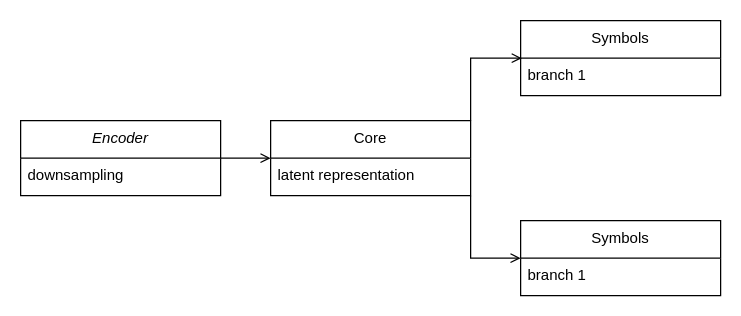
Before: Unbenanntes Diagramm.drawio in Oruc93/ECG-Pred, a draw.io diagram. Source tidied: cells renumbered, new cells numbered last; positions are measured from the earlier drawing's top-left corner, leaving out a move shared by most shapes. Both pictures are drawn from the tidied source at 125%, with x=0, y=0 at pixel (20, 20).
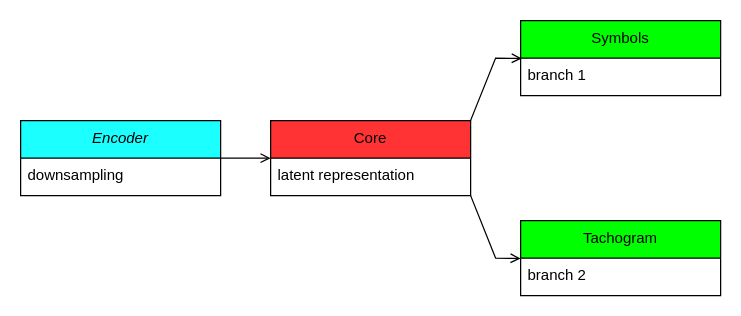
After the change.

What changed in the source:
```diff
@@
 <mxGraphModel>
   <root>
     <mxCell id="0" />
     <mxCell id="1" parent="0" />
-    <mxCell id="2" value="Encoder" style="swimlane;fontStyle=2;align=center;verticalAlign=top;horizontal=1;startSize=30;rounded=0;shadow=0;strokeWidth=1;" parent="1" vertex="1">
+    <mxCell id="2" value="Encoder" style="swimlane;fontStyle=2;align=center;verticalAlign=top;horizontal=1;startSize=30;rounded=0;shadow=0;strokeWidth=1;labelBackgroundColor=none;fillColor=#1CFFFF;" parent="1" vertex="1">
       <mxGeometry y="80" width="160" height="60" as="geometry" />
     </mxCell>
     <mxCell id="3" value="downsampling" style="text;align=left;verticalAlign=top;spacingLeft=4;spacingRight=4;overflow=hidden;" parent="2" vertex="1">
       <mxGeometry y="30" width="160" height="22" as="geometry" />
     </mxCell>
-    <mxCell id="4" value="Core" style="swimlane;fontStyle=0;align=center;verticalAlign=top;horizontal=1;startSize=30;rounded=0;shadow=0;strokeWidth=1;" parent="1" vertex="1">
+    <mxCell id="4" value="Core" style="swimlane;fontStyle=0;align=center;verticalAlign=top;horizontal=1;startSize=30;rounded=0;shadow=0;strokeWidth=1;fillColor=#FF3333;" parent="1" vertex="1">
       <mxGeometry x="200" y="80" width="160" height="60" as="geometry" />
     </mxCell>
     <mxCell id="5" value="latent representation" style="text;align=left;verticalAlign=top;spacingLeft=4;spacingRight=4;overflow=hidden;" parent="4" vertex="1">
       <mxGeometry y="30" width="160" height="26" as="geometry" />
     </mxCell>
     <mxCell id="6" style="endArrow=open;shadow=0;strokeWidth=1;rounded=0;endFill=1;edgeStyle=elbowEdgeStyle;elbow=vertical;" parent="1" edge="1">
       <mxGeometry x="0.5" y="41" relative="1" as="geometry">
         <mxPoint x="160" y="110" as="sourcePoint" />
         <mxPoint x="200" y="109.9" as="targetPoint" />
         <mxPoint x="-40" y="32" as="offset" />
       </mxGeometry>
     </mxCell>
-    <mxCell id="7" value="Symbols" style="swimlane;fontStyle=0;align=center;verticalAlign=top;horizontal=1;startSize=30;rounded=0;shadow=0;strokeWidth=1;" parent="1" vertex="1">
+    <mxCell id="7" value="Symbols" style="swimlane;fontStyle=0;align=center;verticalAlign=top;horizontal=1;startSize=30;rounded=0;shadow=0;strokeWidth=1;fillColor=#00FF00;" parent="1" vertex="1">
       <mxGeometry x="400" width="160" height="60" as="geometry" />
     </mxCell>
     <mxCell id="8" value="branch 1" style="text;align=left;verticalAlign=top;spacingLeft=4;spacingRight=4;overflow=hidden;points=[[0,0.5],[1,0.5]];portConstraint=eastwest;" parent="7" vertex="1">
       <mxGeometry y="30" width="160" height="26" as="geometry" />
     </mxCell>
-    <mxCell id="9" style="endArrow=open;shadow=0;strokeWidth=1;rounded=0;endFill=1;edgeStyle=elbowEdgeStyle;elbow=vertical;entryX=0.006;entryY=0.008;entryDx=0;entryDy=0;entryPerimeter=0;" parent="1" edge="1" target="8">
+    <mxCell id="9" style="endArrow=open;shadow=0;strokeWidth=1;rounded=0;endFill=1;elbow=vertical;entryX=0.006;entryY=0.008;entryDx=0;entryDy=0;entryPerimeter=0;" parent="1" edge="1" target="8">
       <mxGeometry x="0.5" y="41" relative="1" as="geometry">
         <mxPoint x="360" y="79.8" as="sourcePoint" />
         <Array as="points">
           <mxPoint x="380" y="30" />
         </Array>
         <mxPoint x="-40" y="32" as="offset" />
       </mxGeometry>
     </mxCell>
-    <mxCell id="10" value="Symbols" style="swimlane;fontStyle=0;align=center;verticalAlign=top;horizontal=1;startSize=30;rounded=0;shadow=0;strokeWidth=1;" parent="1" vertex="1">
+    <mxCell id="10" value="Tachogram" style="swimlane;fontStyle=0;align=center;verticalAlign=top;horizontal=1;startSize=30;rounded=0;shadow=0;strokeWidth=1;fillColor=#00FF00;" parent="1" vertex="1">
       <mxGeometry x="400" y="160" width="160" height="60" as="geometry" />
     </mxCell>
-    <mxCell id="11" value="branch 1" style="text;align=left;verticalAlign=top;spacingLeft=4;spacingRight=4;overflow=hidden;points=[[0,0.5],[1,0.5]];portConstraint=eastwest;" parent="10" vertex="1">
+    <mxCell id="11" value="branch 2" style="text;align=left;verticalAlign=top;spacingLeft=4;spacingRight=4;overflow=hidden;points=[[0,0.5],[1,0.5]];portConstraint=eastwest;" parent="10" vertex="1">
       <mxGeometry y="30" width="160" height="26" as="geometry" />
     </mxCell>
-    <mxCell id="12" style="endArrow=open;shadow=0;strokeWidth=1;rounded=0;endFill=1;edgeStyle=elbowEdgeStyle;elbow=vertical;entryX=0;entryY=0.008;entryDx=0;entryDy=0;entryPerimeter=0;" parent="1" edge="1" target="11">
+    <mxCell id="12" style="endArrow=open;shadow=0;strokeWidth=1;rounded=0;endFill=1;elbow=vertical;entryX=0;entryY=0.008;entryDx=0;entryDy=0;entryPerimeter=0;" parent="1" edge="1" target="11">
       <mxGeometry x="0.5" y="41" relative="1" as="geometry">
         <mxPoint x="360" y="140" as="sourcePoint" />
         <Array as="points">
           <mxPoint x="380" y="190" />
         </Array>
         <mxPoint x="-40" y="32" as="offset" />
       </mxGeometry>
     </mxCell>
   </root>
 </mxGraphModel>
```
